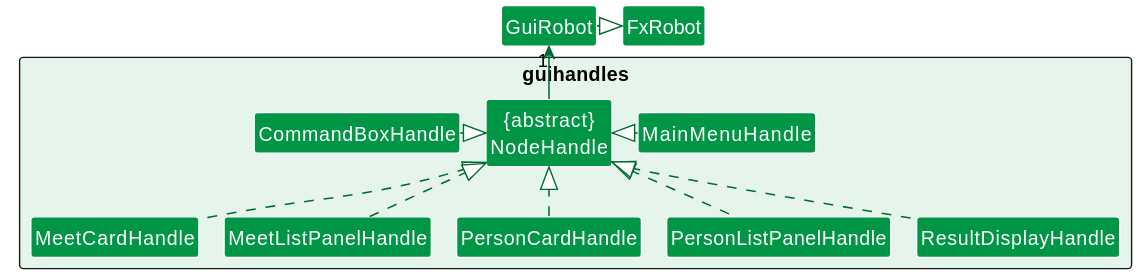
Before: docs/images/NodeHandleClassDiagram.svg, a diagram exported from PlantUML (nus-cs2103-AY2223S2/tp).
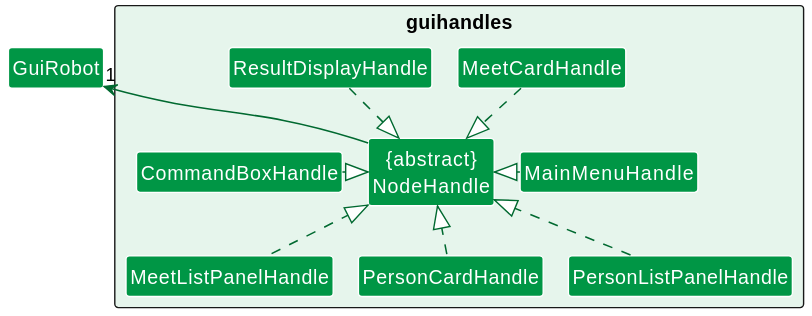
The same diagram one commit later.

Commit message:
Reformat class diagram

The edit, as a diff of the source:
```diff
@@ -19,11 +19,10 @@
 
 CommandBoxHandle -right.|> NodeHandle
 MainMenuHandle -left.|> NodeHandle
-MeetCardHandle -up.|> NodeHandle
+MeetCardHandle -down.|> NodeHandle
 MeetListPanelHandle -up.|> NodeHandle
 PersonCardHandle -up.|> NodeHandle
 PersonListPanelHandle -up.|> NodeHandle
-ResultDisplayHandle -up.|> NodeHandle
+ResultDisplayHandle -down.|> NodeHandle
 NodeHandle -up->"1" GuiRobot
-GuiRobot .|> FxRobot
 @enduml
```
